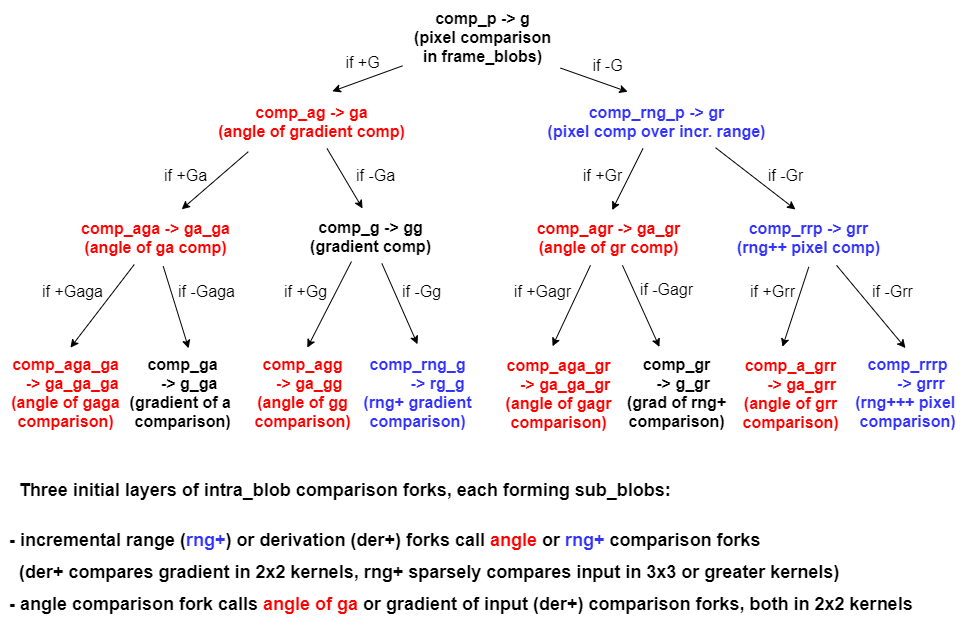
The draw.io diagram frame_2D_alg/Illustrations/intra_blob_forking_scheme.png in boris-kz/CogAlg, before a commit. Source tidied: cells renumbered, new cells last; positions are measured from the earlier drawing's top-left corner, leaving out a move shared by most shapes.
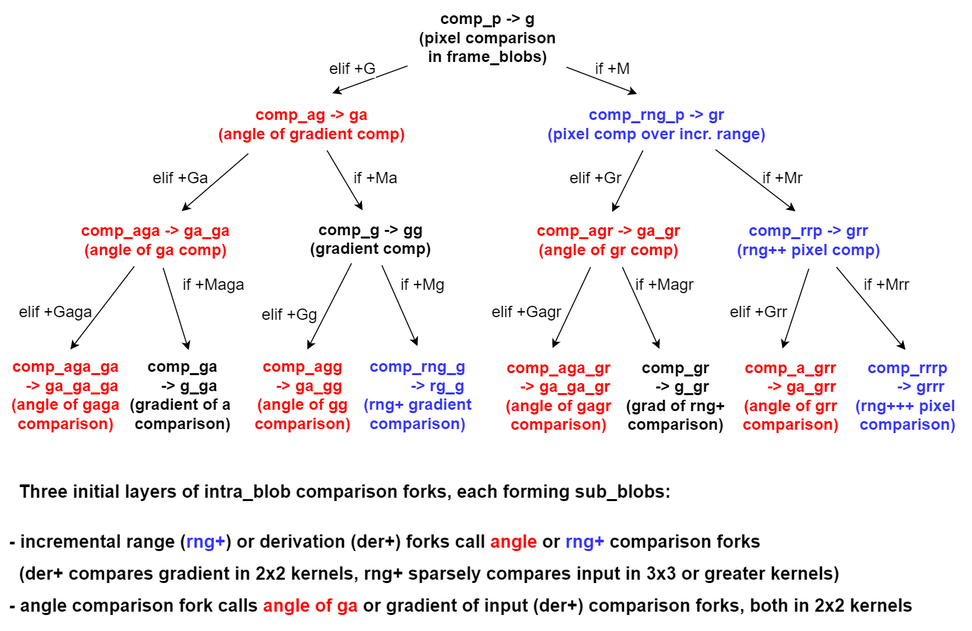
After the commit.

Change to the diagram source:
```diff
@@ -3,17 +3,17 @@
     <mxCell id="0" />
     <mxCell id="1" parent="0" />
     <mxCell id="2" value="&lt;font style=&quot;font-size: 16px&quot;&gt;&lt;b style=&quot;font-size: 16px&quot;&gt;comp_p -&amp;gt; g&lt;br style=&quot;font-size: 16px&quot;&gt;(pixel comparison&lt;br&gt;in frame_blobs)&lt;br style=&quot;font-size: 16px&quot;&gt;&lt;/b&gt;&lt;/font&gt;" style="text;html=1;align=center;verticalAlign=middle;points=[];strokeWidth=1;fontSize=16;fontColor=#000000;spacing=6;" parent="1" vertex="1">
-      <mxGeometry x="402" width="159" height="73" as="geometry" />
+      <mxGeometry x="407" y="-2" width="159" height="73" as="geometry" />
     </mxCell>
     <mxCell id="3" style="endArrow=classic;html=1;entryX=0.602;entryY=-0.059;entryDx=0;entryDy=0;entryPerimeter=0;strokeWidth=1;fontSize=16;fontColor=#000000;spacing=6;" parent="1" edge="1" source="2" target="7">
       <mxGeometry relative="1" as="geometry" />
     </mxCell>
-    <mxCell id="4" value="if +G" style="text;html=1;align=center;verticalAlign=middle;labelBackgroundColor=#ffffff;fontSize=16;fontColor=#000000;" parent="3" vertex="1">
+    <mxCell id="4" value="elif +G" style="text;html=1;align=center;verticalAlign=middle;labelBackgroundColor=#ffffff;fontSize=16;fontColor=#000000;" parent="3" vertex="1">
       <mxGeometry x="-0.15" y="-1" relative="1" as="geometry">
-        <mxPoint x="-10.5" y="-13.1" as="offset" />
+        <mxPoint x="-22.6" y="-8.7" as="offset" />
       </mxGeometry>
     </mxCell>
-    <mxCell id="5" style="endArrow=classic;html=1;entryX=0.38;entryY=-0.05;entryDx=0;entryDy=0;entryPerimeter=0;strokeWidth=1;fontSize=16;fontColor=#000000;spacing=6;exitX=0.994;exitY=0.926;exitDx=0;exitDy=0;exitPerimeter=0;" parent="1" edge="1" source="2" target="6">
+    <mxCell id="5" style="endArrow=classic;html=1;entryX=0.419;entryY=-0.046;entryDx=0;entryDy=0;entryPerimeter=0;strokeWidth=1;fontSize=16;fontColor=#000000;spacing=6;" parent="1" edge="1" source="2" target="6">
       <mxGeometry relative="1" as="geometry" />
     </mxCell>
     <mxCell id="6" value="&lt;font style=&quot;font-size: 16px&quot;&gt;&lt;b style=&quot;font-size: 16px&quot;&gt;&lt;span style=&quot;font-size: 16px ; background-color: rgb(255 , 255 , 255)&quot;&gt;&lt;font color=&quot;#3333ff&quot;&gt;comp_rng_p -&amp;gt; gr&lt;br style=&quot;font-size: 16px&quot;&gt;(pixel comp over incr. range)&lt;/font&gt;&lt;/span&gt;&lt;br style=&quot;font-size: 16px&quot;&gt;&lt;/b&gt;&lt;/font&gt;" style="text;html=1;align=center;verticalAlign=middle;points=[];strokeWidth=1;fontSize=16;fontColor=#000000;spacing=6;" parent="1" vertex="1">
@@ -102,44 +102,44 @@
     <mxCell id="32" value="&lt;p style=&quot;font-size: 18px&quot;&gt;&lt;b&gt;&lt;font style=&quot;font-size: 17px ; line-height: 180%&quot;&gt;&amp;nbsp;&lt;/font&gt;&lt;font style=&quot;line-height: 180% ; font-size: 18px&quot;&gt;&amp;nbsp;Three initial layers of intra_blob comparison forks, each forming sub_blobs:&amp;nbsp;&lt;/font&gt;&lt;/b&gt;&lt;/p&gt;&lt;b style=&quot;font-size: 18px&quot;&gt;&lt;font style=&quot;line-height: 180% ; font-size: 18px&quot;&gt;- incremental range (&lt;font color=&quot;#3333ff&quot;&gt;rng+&lt;/font&gt;) or derivation (&lt;font style=&quot;background-color: rgb(255 , 255 , 255)&quot;&gt;der+&lt;/font&gt;) forks call&amp;nbsp;&lt;font style=&quot;background-color: rgb(255 , 255 , 255)&quot; color=&quot;#ff0000&quot;&gt;angle&amp;nbsp;&lt;/font&gt;or&amp;nbsp;&lt;span style=&quot;background-color: rgb(255 , 255 , 255)&quot;&gt;&lt;font color=&quot;#3333ff&quot;&gt;rng+&lt;/font&gt;&lt;/span&gt;&lt;span style=&quot;background-color: rgb(255 , 255 , 255)&quot;&gt;&lt;span&gt;&amp;nbsp;comparison forks&lt;br&gt;&amp;nbsp; (der+ compares gradient in 2x2 kernels, rng+ sparsely compares input in 3x3 or greater kernels)&amp;nbsp;&lt;br&gt;&lt;/span&gt;&lt;/span&gt;- angle comparison fork calls&amp;nbsp;&lt;font color=&quot;#ff0000&quot; style=&quot;background-color: rgb(255 , 255 , 255)&quot;&gt;angle of ga&lt;/font&gt;&amp;nbsp;or&amp;nbsp;&lt;span style=&quot;background-color: rgb(255 , 255 , 255)&quot;&gt;gradient of input (der+)&lt;/span&gt;&amp;nbsp;comparison forks, both in 2x2 kernels&lt;/font&gt;&lt;/b&gt;" style="text;html=1;align=left;verticalAlign=middle;fontSize=16;fontColor=#000000;spacing=6;" parent="1" vertex="1">
       <mxGeometry x="3" y="447" width="926" height="180" as="geometry" />
     </mxCell>
-    <mxCell id="33" value="if -G" style="text;html=1;align=center;verticalAlign=middle;fontSize=16;" parent="1" vertex="1">
-      <mxGeometry x="586.5" y="53" width="40" height="23" as="geometry" />
+    <mxCell id="33" value="if +M" style="text;html=1;align=center;verticalAlign=middle;fontSize=16;" parent="1" vertex="1">
+      <mxGeometry x="589" y="54" width="45" height="23" as="geometry" />
     </mxCell>
-    <mxCell id="34" value="if +Ga" style="text;html=1;align=center;verticalAlign=middle;fontSize=16;" parent="1" vertex="1">
-      <mxGeometry x="158" y="163" width="53" height="23" as="geometry" />
+    <mxCell id="34" value="elif +Ga" style="text;html=1;align=center;verticalAlign=middle;fontSize=16;" parent="1" vertex="1">
+      <mxGeometry x="147" y="163" width="66" height="23" as="geometry" />
     </mxCell>
-    <mxCell id="35" value="if -Ga" style="text;html=1;align=center;verticalAlign=middle;fontSize=16;" parent="1" vertex="1">
-      <mxGeometry x="350" y="163" width="49" height="23" as="geometry" />
+    <mxCell id="35" value="if +Ma" style="text;html=1;align=center;verticalAlign=middle;fontSize=16;" parent="1" vertex="1">
+      <mxGeometry x="348" y="163" width="54" height="23" as="geometry" />
     </mxCell>
-    <mxCell id="36" value="if +Gr" style="text;html=1;align=center;verticalAlign=middle;fontSize=16;" parent="1" vertex="1">
-      <mxGeometry x="576.5" y="163" width="50" height="23" as="geometry" />
+    <mxCell id="36" value="elif +Gr" style="text;html=1;align=center;verticalAlign=middle;fontSize=16;" parent="1" vertex="1">
+      <mxGeometry x="564" y="163" width="62" height="23" as="geometry" />
     </mxCell>
-    <mxCell id="37" value="if -Gr" style="text;html=1;align=center;verticalAlign=middle;fontSize=16;" parent="1" vertex="1">
-      <mxGeometry x="762" y="163" width="46" height="23" as="geometry" />
+    <mxCell id="37" value="if +Mr" style="text;html=1;align=center;verticalAlign=middle;fontSize=16;" parent="1" vertex="1">
+      <mxGeometry x="757" y="163" width="50" height="23" as="geometry" />
     </mxCell>
-    <mxCell id="38" value="if +Gaga" style="text;html=1;align=center;verticalAlign=middle;fontSize=16;" parent="1" vertex="1">
-      <mxGeometry x="36" y="279" width="71" height="23" as="geometry" />
+    <mxCell id="38" value="elif +Gaga" style="text;html=1;align=center;verticalAlign=middle;fontSize=16;" parent="1" vertex="1">
+      <mxGeometry x="13" y="297" width="83" height="23" as="geometry" />
     </mxCell>
-    <mxCell id="39" value="if -Gaga" style="text;html=1;align=center;verticalAlign=middle;fontSize=16;" parent="1" vertex="1">
-      <mxGeometry x="172" y="279" width="67" height="23" as="geometry" />
+    <mxCell id="39" value="if +Maga" style="text;html=1;align=center;verticalAlign=middle;fontSize=16;" parent="1" vertex="1">
+      <mxGeometry x="177" y="271" width="72" height="23" as="geometry" />
     </mxCell>
-    <mxCell id="40" value="if +Gg" style="text;html=1;align=center;verticalAlign=middle;fontSize=16;" parent="1" vertex="1">
-      <mxGeometry x="278" y="279" width="53" height="23" as="geometry" />
+    <mxCell id="40" value="elif +Gg" style="text;html=1;align=center;verticalAlign=middle;fontSize=16;" parent="1" vertex="1">
+      <mxGeometry x="256" y="300" width="66" height="23" as="geometry" />
     </mxCell>
-    <mxCell id="41" value="if -Gg" style="text;html=1;align=center;verticalAlign=middle;fontSize=16;" parent="1" vertex="1">
-      <mxGeometry x="396" y="279" width="49" height="23" as="geometry" />
+    <mxCell id="41" value="if +Mg" style="text;html=1;align=center;verticalAlign=middle;fontSize=16;" parent="1" vertex="1">
+      <mxGeometry x="395" y="271" width="54" height="23" as="geometry" />
     </mxCell>
-    <mxCell id="42" value="if +Gagr" style="text;html=1;align=center;verticalAlign=middle;fontSize=16;" parent="1" vertex="1">
-      <mxGeometry x="509" y="279" width="67" height="23" as="geometry" />
+    <mxCell id="42" value="elif +Gagr" style="text;html=1;align=center;verticalAlign=middle;fontSize=16;" parent="1" vertex="1">
+      <mxGeometry x="486" y="297" width="80" height="23" as="geometry" />
     </mxCell>
-    <mxCell id="43" value="if -Gagr" style="text;html=1;align=center;verticalAlign=middle;fontSize=16;" parent="1" vertex="1">
-      <mxGeometry x="634" y="277" width="63" height="23" as="geometry" />
+    <mxCell id="43" value="if +Magr" style="text;html=1;align=center;verticalAlign=middle;fontSize=16;" parent="1" vertex="1">
+      <mxGeometry x="630" y="271" width="68" height="23" as="geometry" />
     </mxCell>
-    <mxCell id="44" value="if +Grr" style="text;html=1;align=center;verticalAlign=middle;fontSize=16;" parent="1" vertex="1">
-      <mxGeometry x="744" y="279" width="55" height="23" as="geometry" />
+    <mxCell id="44" value="elif +Grr" style="text;html=1;align=center;verticalAlign=middle;fontSize=16;" parent="1" vertex="1">
+      <mxGeometry x="725" y="297" width="67" height="23" as="geometry" />
     </mxCell>
-    <mxCell id="45" value="if -Grr" style="text;html=1;align=center;verticalAlign=middle;fontSize=16;" parent="1" vertex="1">
-      <mxGeometry x="866" y="279" width="51" height="23" as="geometry" />
+    <mxCell id="45" value="if +Mrr" style="text;html=1;align=center;verticalAlign=middle;fontSize=16;" parent="1" vertex="1">
+      <mxGeometry x="858" y="271" width="56" height="23" as="geometry" />
     </mxCell>
   </root>
 </mxGraphModel>
```
